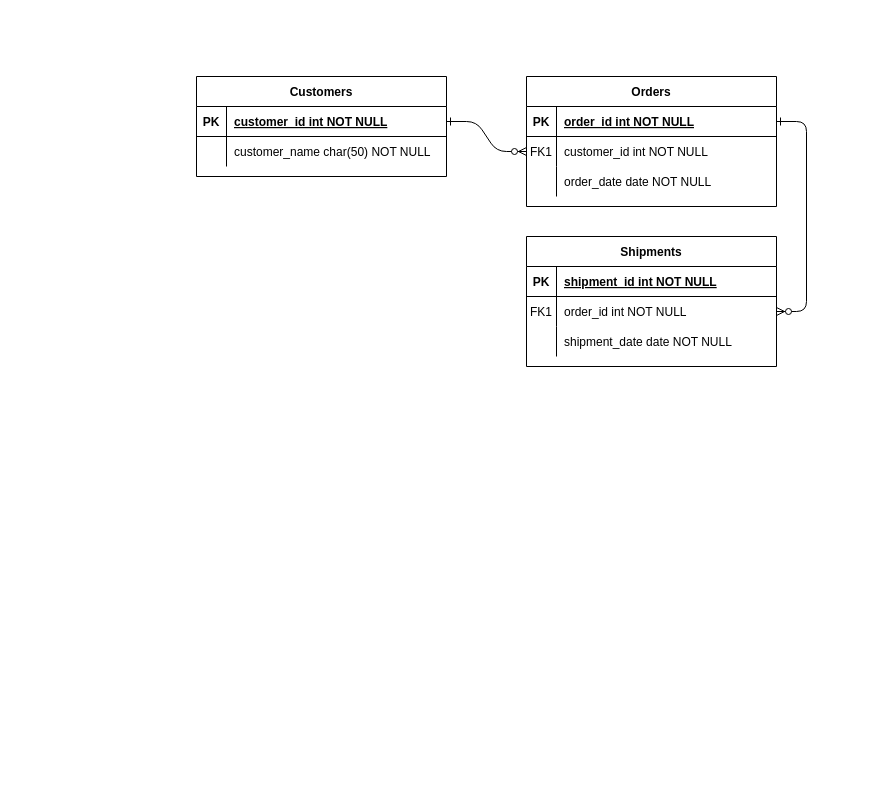
This is 제목 없는 다이어그램.drawio from jooooooowon/sinhan, a draw.io file, before an edit. Source tidied: cells renumbered, new cells numbered last; positions are measured from the earlier drawing's top-left corner, leaving out a move shared by most shapes. Both pictures are drawn from the tidied source at 100%, with x=0, y=0 at pixel (196, 76).
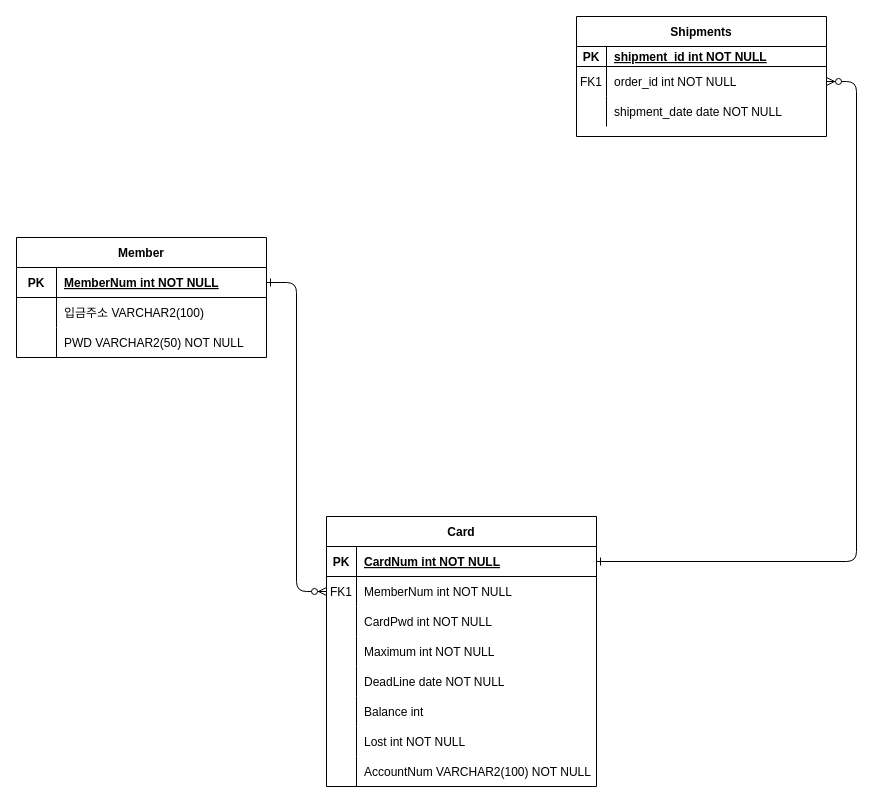
The same diagram, later.

Commit message:
신한은행 다이어그램 초안

Unchanged cells that the change refers to:
```xml
<mxCell id="25" style="shape=partialRectangle;fillColor=none;points=[[0,0.5],[1,0.5]];portConstraint=eastwest;top=0;left=0;right=0;bottom=1;" parent="24" vertex="1">
  <mxGeometry y="30" width="250" height="30" as="geometry" />
</mxCell>
```

Diff of the diagram source:
```diff
@@
-    <mxCell id="4" value="Orders" style="shape=table;startSize=30;childLayout=tableLayout;rowLines=0;fontStyle=1;align=center;" parent="1" vertex="1">
-      <mxGeometry x="330" width="250" height="130" as="geometry" />
+    <mxCell id="4" value="Card" style="shape=table;startSize=30;childLayout=tableLayout;rowLines=0;fontStyle=1;align=center;" parent="1" vertex="1">
+      <mxGeometry x="130" y="440" width="270" height="270" as="geometry" />
     </mxCell>
     <mxCell id="5" style="shape=partialRectangle;fillColor=none;points=[[0,0.5],[1,0.5]];portConstraint=eastwest;top=0;left=0;right=0;bottom=1;" parent="4" vertex="1">
-      <mxGeometry y="30" width="250" height="30" as="geometry" />
+      <mxGeometry y="30" width="270" height="30" as="geometry" />
     </mxCell>
@@
-    <mxCell id="7" value="order_id int NOT NULL " style="shape=partialRectangle;overflow=hidden;fillColor=none;top=0;left=0;bottom=0;right=0;align=left;spacingLeft=6;fontStyle=5;" parent="5" vertex="1">
-      <mxGeometry x="30" width="220" height="30" as="geometry" />
+    <mxCell id="7" value="CardNum int NOT NULL" style="shape=partialRectangle;overflow=hidden;fillColor=none;top=0;left=0;bottom=0;right=0;align=left;spacingLeft=6;fontStyle=5;" parent="5" vertex="1">
+      <mxGeometry x="30" width="240" height="30" as="geometry" />
     </mxCell>
     <mxCell id="8" style="shape=partialRectangle;fillColor=none;points=[[0,0.5],[1,0.5]];portConstraint=eastwest;top=0;left=0;right=0;bottom=0;" parent="4" vertex="1">
-      <mxGeometry y="60" width="250" height="30" as="geometry" />
+      <mxGeometry y="60" width="270" height="30" as="geometry" />
     </mxCell>
@@
-    <mxCell id="10" value="customer_id int NOT NULL" style="shape=partialRectangle;overflow=hidden;fillColor=none;top=0;left=0;bottom=0;right=0;align=left;spacingLeft=6;" parent="8" vertex="1">
-      <mxGeometry x="30" width="220" height="30" as="geometry" />
+    <mxCell id="10" value="MemberNum int NOT NULL" style="shape=partialRectangle;overflow=hidden;fillColor=none;top=0;left=0;bottom=0;right=0;align=left;spacingLeft=6;" parent="8" vertex="1">
+      <mxGeometry x="30" width="240" height="30" as="geometry" />
     </mxCell>
     <mxCell id="11" style="shape=partialRectangle;fillColor=none;top=0;left=0;right=0;bottom=0;" parent="4" vertex="1">
-      <mxGeometry y="90" width="250" height="30" as="geometry" />
+      <mxGeometry y="90" width="270" height="30" as="geometry" />
     </mxCell>
@@
-    <mxCell id="13" value="order_date date NOT NULL" style="shape=partialRectangle;overflow=hidden;fillColor=none;top=0;left=0;bottom=0;right=0;align=left;spacingLeft=6;" parent="11" vertex="1">
-      <mxGeometry x="30" width="220" height="30" as="geometry" />
+    <mxCell id="13" value="CardPwd int NOT NULL" style="shape=partialRectangle;overflow=hidden;fillColor=none;top=0;left=0;bottom=0;right=0;align=left;spacingLeft=6;" parent="11" vertex="1">
+      <mxGeometry x="30" width="240" height="30" as="geometry" />
     </mxCell>
+    <mxCell id="31" style="shape=tableRow;horizontal=0;startSize=0;swimlaneHead=0;swimlaneBody=0;fillColor=none;top=0;left=0;right=0;bottom=0;" parent="4" vertex="1">
+      <mxGeometry y="120" width="270" height="30" as="geometry" />
+    </mxCell>
+    <mxCell id="32" style="shape=partialRectangle;fillColor=none;top=0;left=0;bottom=0;right=0;overflow=hidden;" parent="31" vertex="1">
+      <mxGeometry width="30" height="30" as="geometry" />
+    </mxCell>
+    <mxCell id="33" value="Maximum int NOT NULL" style="shape=partialRectangle;fillColor=none;top=0;left=0;bottom=0;right=0;align=left;spacingLeft=6;overflow=hidden;" parent="31" vertex="1">
+      <mxGeometry x="30" width="240" height="30" as="geometry" />
+    </mxCell>
+    <mxCell id="34" style="shape=tableRow;horizontal=0;startSize=0;swimlaneHead=0;swimlaneBody=0;fillColor=none;top=0;left=0;right=0;bottom=0;" parent="4" vertex="1">
+      <mxGeometry y="150" width="270" height="30" as="geometry" />
+    </mxCell>
+    <mxCell id="35" style="shape=partialRectangle;fillColor=none;top=0;left=0;bottom=0;right=0;overflow=hidden;" parent="34" vertex="1">
+      <mxGeometry width="30" height="30" as="geometry" />
+    </mxCell>
+    <mxCell id="36" value="DeadLine date NOT NULL" style="shape=partialRectangle;fillColor=none;top=0;left=0;bottom=0;right=0;align=left;spacingLeft=6;overflow=hidden;" parent="34" vertex="1">
+      <mxGeometry x="30" width="240" height="30" as="geometry" />
+    </mxCell>
+    <mxCell id="37" style="shape=tableRow;horizontal=0;startSize=0;swimlaneHead=0;swimlaneBody=0;fillColor=none;top=0;left=0;right=0;bottom=0;" parent="4" vertex="1">
+      <mxGeometry y="180" width="270" height="30" as="geometry" />
+    </mxCell>
+    <mxCell id="38" style="shape=partialRectangle;fillColor=none;top=0;left=0;bottom=0;right=0;overflow=hidden;" parent="37" vertex="1">
+      <mxGeometry width="30" height="30" as="geometry" />
+    </mxCell>
+    <mxCell id="39" value="Balance int " style="shape=partialRectangle;fillColor=none;top=0;left=0;bottom=0;right=0;align=left;spacingLeft=6;overflow=hidden;" parent="37" vertex="1">
+      <mxGeometry x="30" width="240" height="30" as="geometry" />
+    </mxCell>
+    <mxCell id="40" style="shape=tableRow;horizontal=0;startSize=0;swimlaneHead=0;swimlaneBody=0;fillColor=none;top=0;left=0;right=0;bottom=0;" parent="4" vertex="1">
+      <mxGeometry y="210" width="270" height="30" as="geometry" />
+    </mxCell>
+    <mxCell id="41" style="shape=partialRectangle;fillColor=none;top=0;left=0;bottom=0;right=0;overflow=hidden;" parent="40" vertex="1">
+      <mxGeometry width="30" height="30" as="geometry" />
+    </mxCell>
+    <mxCell id="42" value="Lost int NOT NULL" style="shape=partialRectangle;fillColor=none;top=0;left=0;bottom=0;right=0;align=left;spacingLeft=6;overflow=hidden;" parent="40" vertex="1">
+      <mxGeometry x="30" width="240" height="30" as="geometry" />
+    </mxCell>
+    <mxCell id="43" style="shape=tableRow;horizontal=0;startSize=0;swimlaneHead=0;swimlaneBody=0;fillColor=none;top=0;left=0;right=0;bottom=0;" parent="4" vertex="1">
+      <mxGeometry y="240" width="270" height="30" as="geometry" />
+    </mxCell>
+    <mxCell id="44" style="shape=partialRectangle;fillColor=none;top=0;left=0;bottom=0;right=0;overflow=hidden;" parent="43" vertex="1">
+      <mxGeometry width="30" height="30" as="geometry" />
+    </mxCell>
+    <mxCell id="45" value="AccountNum VARCHAR2(100) NOT NULL" style="shape=partialRectangle;fillColor=none;top=0;left=0;bottom=0;right=0;align=left;spacingLeft=6;overflow=hidden;" parent="43" vertex="1">
+      <mxGeometry x="30" width="240" height="30" as="geometry" />
+    </mxCell>
     <mxCell id="14" value="Shipments" style="shape=table;startSize=30;childLayout=tableLayout;rowLines=0;fontStyle=1;align=center;" parent="1" vertex="1">
-      <mxGeometry x="330" y="160" width="250" height="130" as="geometry" />
+      <mxGeometry x="380" y="-60" width="250" height="120" as="geometry" />
     </mxCell>
     <mxCell id="15" style="shape=partialRectangle;fillColor=none;top=0;left=0;right=0;bottom=1;" parent="14" vertex="1">
-      <mxGeometry y="30" width="250" height="30" as="geometry" />
+      <mxGeometry y="30" width="250" height="20" as="geometry" />
     </mxCell>
     <mxCell id="16" value="PK" style="shape=partialRectangle;overflow=hidden;fillColor=none;top=0;left=0;bottom=0;right=0;fontStyle=1;" parent="15" vertex="1">
-      <mxGeometry width="30" height="30" as="geometry" />
+      <mxGeometry width="30" height="20" as="geometry" />
     </mxCell>
     <mxCell id="17" value="shipment_id int NOT NULL " style="shape=partialRectangle;overflow=hidden;fillColor=none;top=0;left=0;bottom=0;right=0;align=left;spacingLeft=6;fontStyle=5;" parent="15" vertex="1">
-      <mxGeometry x="30" width="220" height="30" as="geometry" />
+      <mxGeometry x="30" width="220" height="20" as="geometry" />
     </mxCell>
     <mxCell id="18" style="shape=partialRectangle;fillColor=none;points=[[0,0.5],[1,0.5]];portConstraint=eastwest;top=0;left=0;right=0;bottom=0;" parent="14" vertex="1">
-      <mxGeometry y="60" width="250" height="30" as="geometry" />
+      <mxGeometry y="50" width="250" height="30" as="geometry" />
     </mxCell>
@@
     <mxCell id="21" style="shape=partialRectangle;fillColor=none;top=0;left=0;right=0;bottom=0;" parent="14" vertex="1">
-      <mxGeometry y="90" width="250" height="30" as="geometry" />
+      <mxGeometry y="80" width="250" height="30" as="geometry" />
     </mxCell>
@@
-    <mxCell id="24" value="Customers" style="shape=table;startSize=30;childLayout=tableLayout;rowLines=0;fontStyle=1;align=center;" parent="1" vertex="1">
-      <mxGeometry width="250" height="100" as="geometry" />
+    <mxCell id="24" value="Member" style="shape=table;startSize=30;childLayout=tableLayout;rowLines=0;fontStyle=1;align=center;" parent="1" vertex="1">
+      <mxGeometry x="-180" y="161" width="250" height="120" as="geometry" />
     </mxCell>
@@
     <mxCell id="26" value="PK" style="shape=partialRectangle;overflow=hidden;fillColor=none;top=0;left=0;bottom=0;right=0;fontStyle=1;" parent="25" vertex="1">
-      <mxGeometry width="30" height="30" as="geometry" />
+      <mxGeometry width="40" height="30" as="geometry" />
     </mxCell>
-    <mxCell id="27" value="customer_id int NOT NULL " style="shape=partialRectangle;overflow=hidden;fillColor=none;top=0;left=0;bottom=0;right=0;align=left;spacingLeft=6;fontStyle=5;" parent="25" vertex="1">
-      <mxGeometry x="30" width="220" height="30" as="geometry" />
+    <mxCell id="27" value="MemberNum int NOT NULL" style="shape=partialRectangle;overflow=hidden;fillColor=none;top=0;left=0;bottom=0;right=0;align=left;spacingLeft=6;fontStyle=5;fontColor=#000000;" parent="25" vertex="1">
+      <mxGeometry x="40" width="210" height="30" as="geometry" />
     </mxCell>
+    <mxCell id="46" style="shape=tableRow;horizontal=0;startSize=0;swimlaneHead=0;swimlaneBody=0;fillColor=none;top=0;left=0;right=0;bottom=0;" parent="24" vertex="1">
+      <mxGeometry y="60" width="250" height="30" as="geometry" />
+    </mxCell>
+    <mxCell id="47" style="shape=partialRectangle;fillColor=none;top=0;left=0;bottom=0;right=0;overflow=hidden;" parent="46" vertex="1">
+      <mxGeometry width="40" height="30" as="geometry" />
+    </mxCell>
+    <mxCell id="48" value="입금주소 VARCHAR2(100)" style="shape=partialRectangle;fillColor=none;top=0;left=0;bottom=0;right=0;align=left;spacingLeft=6;overflow=hidden;" parent="46" vertex="1">
+      <mxGeometry x="40" width="210" height="30" as="geometry" />
+    </mxCell>
     <mxCell id="28" style="shape=partialRectangle;fillColor=none;top=0;left=0;right=0;bottom=0;" parent="24" vertex="1">
-      <mxGeometry y="60" width="250" height="30" as="geometry" />
+      <mxGeometry y="90" width="250" height="30" as="geometry" />
     </mxCell>
     <mxCell id="29" style="shape=partialRectangle;overflow=hidden;fillColor=none;top=0;left=0;bottom=0;right=0;" parent="28" vertex="1">
-      <mxGeometry width="30" height="30" as="geometry" />
+      <mxGeometry width="40" height="30" as="geometry" />
     </mxCell>
-    <mxCell id="30" value="customer_name char(50) NOT NULL" style="shape=partialRectangle;overflow=hidden;fillColor=none;top=0;left=0;bottom=0;right=0;align=left;spacingLeft=6;" parent="28" vertex="1">
-      <mxGeometry x="30" width="220" height="30" as="geometry" />
+    <mxCell id="30" value="PWD VARCHAR2(50) NOT NULL" style="shape=partialRectangle;overflow=hidden;fillColor=none;top=0;left=0;bottom=0;right=0;align=left;spacingLeft=6;" parent="28" vertex="1">
+      <mxGeometry x="40" width="210" height="30" as="geometry" />
     </mxCell>
```
